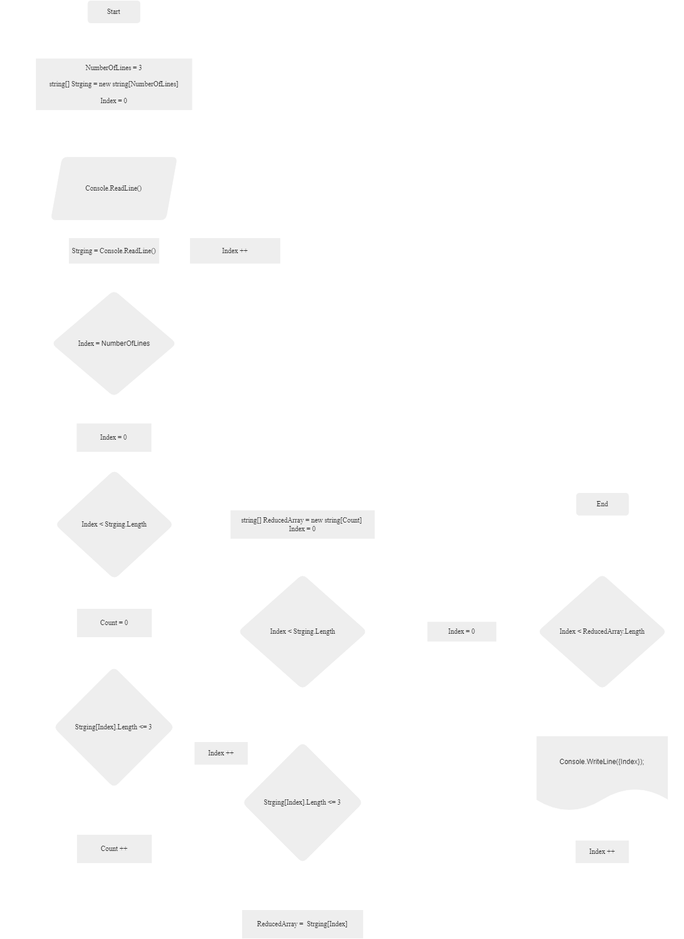
Alket-rus/Final-control-work-on-the-main-block keeps this draw.io diagram as Блок-схема.png. Above is the earlier version. Source tidied: cells renumbered, new cells last; positions are measured from the earlier drawing's top-left corner, leaving out a move shared by most shapes.
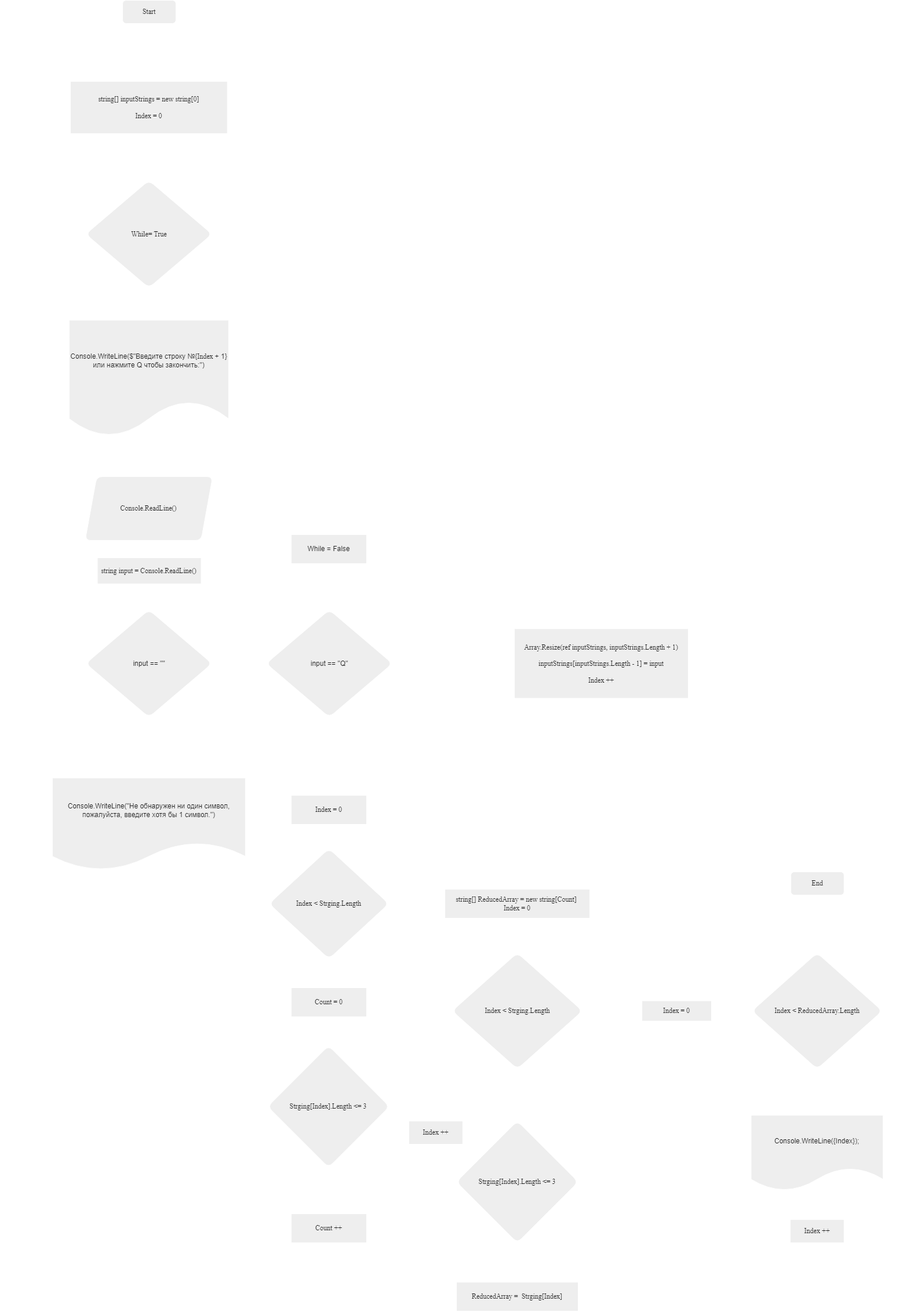
The same diagram one commit later.

Commit message:
Изменил блок-схему, чтобы та соответствовала новой логике

The edit, as a diff of the source:
```diff
@@ -2,23 +2,23 @@
   <root>
     <mxCell id="0" />
     <mxCell id="1" parent="0" />
-    <mxCell id="2" style="edgeStyle=orthogonalEdgeStyle;rounded=0;jettySize=auto;html=1;entryX=0.5;entryY=0;entryDx=0;entryDy=0;strokeColor=#FFFFFF;fontColor=#FFFFFF;" parent="1" edge="1" source="3" target="32">
+    <mxCell id="2" style="edgeStyle=orthogonalEdgeStyle;rounded=0;jettySize=auto;html=1;strokeColor=#FFFFFF;fontColor=#FFFFFF;" parent="1" edge="1" source="3" target="32">
       <mxGeometry relative="1" as="geometry" />
     </mxCell>
     <mxCell id="3" value="&lt;font face=&quot;Times New Roman&quot;&gt;Start&lt;/font&gt;&lt;font face=&quot;Times New Roman&quot;&gt;&lt;br&gt;&lt;/font&gt;" style="rounded=1;whiteSpace=wrap;html=1;labelBackgroundColor=none;fillColor=#EEEEEE;strokeColor=#FFFFFF;fontColor=#1A1A1A;" parent="1" vertex="1">
-      <mxGeometry x="143.4" width="91.9" height="40" as="geometry" />
+      <mxGeometry x="-165.9" y="-654" width="91.9" height="40" as="geometry" />
     </mxCell>
-    <mxCell id="4" style="edgeStyle=orthogonalEdgeStyle;rounded=0;jettySize=auto;html=1;entryX=0.5;entryY=0;entryDx=0;entryDy=0;labelBackgroundColor=none;strokeColor=#FFFFFF;fontColor=default;" parent="1" edge="1" source="6" target="17">
-      <mxGeometry relative="1" as="geometry" />
-    </mxCell>
-    <mxCell id="5" style="edgeStyle=orthogonalEdgeStyle;rounded=0;jettySize=auto;html=1;entryX=0.5;entryY=1;entryDx=0;entryDy=0;strokeColor=#FFFFFF;fontColor=#FFFFFF;" parent="1" edge="1" source="6" target="34">
-      <mxGeometry relative="1" as="geometry" />
-    </mxCell>
+    <mxCell id="61" style="edgeStyle=orthogonalEdgeStyle;rounded=0;jettySize=auto;html=1;entryX=0;entryY=0.5;entryDx=0;entryDy=0;strokeColor=#FFFFFF;fontColor=#FFFFFF;" parent="1" edge="1" source="6" target="71">
+      <mxGeometry relative="1" as="geometry" />
+    </mxCell>
+    <mxCell id="62" style="edgeStyle=orthogonalEdgeStyle;rounded=0;jettySize=auto;html=1;entryX=0.5;entryY=0;entryDx=0;entryDy=0;strokeColor=#FFFFFF;fontColor=#FFFFFF;" parent="1" edge="1" source="6" target="73">
+      <mxGeometry relative="1" as="geometry" />
+    </mxCell>
-    <mxCell id="6" value="&lt;font style=&quot;border-color: var(--border-color); font-family: &amp;quot;Times New Roman&amp;quot;;&quot;&gt;Index&amp;nbsp;&lt;/font&gt;&lt;font face=&quot;Times New Roman&quot;&gt;=&amp;nbsp;&lt;/font&gt;NumberOfLines" style="rhombus;whiteSpace=wrap;html=1;rounded=1;labelBackgroundColor=none;fillColor=#EEEEEE;strokeColor=#FFFFFF;fontColor=#1A1A1A;" parent="1" vertex="1">
-      <mxGeometry x="80.6" y="500" width="217.5" height="185" as="geometry" />
+    <mxCell id="6" value="input == &quot;&quot;" style="rhombus;whiteSpace=wrap;html=1;rounded=1;labelBackgroundColor=none;fillColor=#EEEEEE;strokeColor=#FFFFFF;fontColor=#1A1A1A;" parent="1" vertex="1">
+      <mxGeometry x="-229.4" y="398" width="217.5" height="185" as="geometry" />
     </mxCell>
     <mxCell id="7" value="Нет" style="text;html=1;align=center;verticalAlign=middle;whiteSpace=wrap;rounded=0;fontFamily=Times New Roman;fillColor=none;fontColor=#FFFFFF;labelBackgroundColor=none;" parent="1" vertex="1">
-      <mxGeometry x="320" y="560" width="60" height="30" as="geometry" />
+      <mxGeometry x="359.4" y="458" width="60" height="30" as="geometry" />
     </mxCell>
     <mxCell id="8" style="edgeStyle=orthogonalEdgeStyle;rounded=0;jettySize=auto;html=1;entryX=0;entryY=0.5;entryDx=0;entryDy=0;strokeColor=#FFFFFF;fontColor=#FFFFFF;" parent="1" edge="1" source="9" target="21">
       <mxGeometry relative="1" as="geometry">
@@ -32,13 +32,13 @@
       <mxGeometry x="125" y="1440" width="130" height="50" as="geometry" />
     </mxCell>
     <mxCell id="10" value="Да" style="text;html=1;align=center;verticalAlign=middle;whiteSpace=wrap;rounded=0;fontFamily=Times New Roman;fillColor=none;fontColor=#FFFFFF;labelBackgroundColor=none;" parent="1" vertex="1">
-      <mxGeometry x="175.3" y="685" width="60" height="30" as="geometry" />
+      <mxGeometry x="-120" y="618" width="60" height="30" as="geometry" />
     </mxCell>
     <mxCell id="11" style="edgeStyle=orthogonalEdgeStyle;rounded=0;jettySize=auto;html=1;strokeColor=#FFFFFF;fontColor=#FFFFFF;" parent="1" edge="1" source="12" target="30">
       <mxGeometry relative="1" as="geometry" />
     </mxCell>
     <mxCell id="12" value="&lt;font face=&quot;Times New Roman&quot;&gt;Console.ReadLine()&lt;/font&gt;" style="shape=parallelogram;perimeter=parallelogramPerimeter;whiteSpace=wrap;html=1;fixedSize=1;fillColor=#EEEEEE;strokeColor=#FFFFFF;fontColor=#1A1A1A;rounded=1;labelBackgroundColor=none;" parent="1" vertex="1">
-      <mxGeometry x="79.4" y="270" width="220" height="110" as="geometry" />
+      <mxGeometry x="-230.6" y="168" width="220" height="110" as="geometry" />
     </mxCell>
     <mxCell id="13" style="edgeStyle=orthogonalEdgeStyle;rounded=0;jettySize=auto;html=1;strokeColor=#FFFFFF;fontColor=default;labelBackgroundColor=none;" parent="1" edge="1" source="15" target="9">
       <mxGeometry relative="1" as="geometry" />
@@ -54,12 +54,6 @@
     <mxCell id="15" value="&lt;font face=&quot;Times New Roman&quot;&gt;Strging[Index].Length &amp;lt;= 3&lt;/font&gt;" style="rhombus;whiteSpace=wrap;html=1;rounded=1;labelBackgroundColor=none;fillColor=#EEEEEE;strokeColor=#FFFFFF;fontColor=#1A1A1A;" parent="1" vertex="1">
       <mxGeometry x="84.4" y="1150" width="210" height="210" as="geometry" />
     </mxCell>
-    <mxCell id="16" style="edgeStyle=orthogonalEdgeStyle;rounded=0;jettySize=auto;html=1;strokeColor=#FFFFFF;fontColor=#FFFFFF;" parent="1" edge="1" source="17" target="21">
-      <mxGeometry relative="1" as="geometry" />
-    </mxCell>
-    <mxCell id="17" value="&lt;font face=&quot;Times New Roman&quot;&gt;Index = 0&lt;/font&gt;" style="rounded=0;whiteSpace=wrap;html=1;fillColor=#EEEEEE;strokeColor=#FFFFFF;labelBackgroundColor=none;fontColor=#1A1A1A;" parent="1" vertex="1">
-      <mxGeometry x="124.4" y="730" width="130" height="50" as="geometry" />
-    </mxCell>
     <mxCell id="18" value="Да" style="text;html=1;align=center;verticalAlign=middle;whiteSpace=wrap;rounded=0;fontFamily=Times New Roman;fillColor=none;fontColor=#FFFFFF;labelBackgroundColor=none;" parent="1" vertex="1">
       <mxGeometry x="170" y="1370" width="60" height="30" as="geometry" />
     </mxCell>
@@ -96,24 +90,24 @@
     <mxCell id="29" style="edgeStyle=orthogonalEdgeStyle;rounded=0;jettySize=auto;html=1;entryX=0.5;entryY=0;entryDx=0;entryDy=0;strokeColor=#FFFFFF;fontColor=#FFFFFF;" parent="1" edge="1" source="30" target="6">
       <mxGeometry relative="1" as="geometry" />
     </mxCell>
-    <mxCell id="30" value="&lt;font face=&quot;Times New Roman&quot;&gt;Strging =&amp;nbsp;Console.ReadLine()&lt;/font&gt;" style="rounded=0;whiteSpace=wrap;html=1;fillColor=#EEEEEE;strokeColor=#FFFFFF;labelBackgroundColor=none;fontColor=#1A1A1A;" parent="1" vertex="1">
-      <mxGeometry x="111" y="410" width="156.9" height="45" as="geometry" />
+    <mxCell id="30" value="&lt;font face=&quot;Times New Roman&quot;&gt;string input = Console.ReadLine()&lt;/font&gt;" style="rounded=0;whiteSpace=wrap;html=1;fillColor=#EEEEEE;strokeColor=#FFFFFF;labelBackgroundColor=none;fontColor=#1A1A1A;" parent="1" vertex="1">
+      <mxGeometry x="-209.5" y="308" width="179" height="45" as="geometry" />
     </mxCell>
-    <mxCell id="31" style="edgeStyle=orthogonalEdgeStyle;rounded=0;jettySize=auto;html=1;strokeColor=#FFFFFF;fontColor=#FFFFFF;" parent="1" edge="1" source="32" target="12">
-      <mxGeometry relative="1" as="geometry" />
-    </mxCell>
+    <mxCell id="63" style="edgeStyle=orthogonalEdgeStyle;rounded=0;jettySize=auto;html=1;entryX=0.5;entryY=0;entryDx=0;entryDy=0;strokeColor=#FFFFFF;fontColor=#FFFFFF;" parent="1" edge="1" source="32" target="66">
+      <mxGeometry relative="1" as="geometry" />
+    </mxCell>
-    <mxCell id="32" value="&lt;font face=&quot;Times New Roman&quot;&gt;NumberOfLines =&lt;font style=&quot;border-color: var(--border-color);&quot;&gt;&amp;nbsp;3&lt;br style=&quot;border-color: var(--border-color);&quot;&gt;&lt;br style=&quot;border-color: var(--border-color);&quot;&gt;&lt;/font&gt;string[] Strging = new string[NumberOfLines]&lt;br style=&quot;border-color: var(--border-color);&quot;&gt;&lt;font style=&quot;border-color: var(--border-color);&quot;&gt;&lt;br style=&quot;border-color: var(--border-color);&quot;&gt;Index&amp;nbsp;&lt;/font&gt;&lt;font style=&quot;border-color: var(--border-color);&quot;&gt;= 0&lt;/font&gt;&lt;/font&gt;" style="rounded=0;whiteSpace=wrap;html=1;fillColor=#EEEEEE;strokeColor=#FFFFFF;labelBackgroundColor=none;fontColor=#1A1A1A;" parent="1" vertex="1">
-      <mxGeometry x="54.1" y="100" width="270.6" height="90" as="geometry" />
+    <mxCell id="32" value="&lt;font face=&quot;Times New Roman&quot;&gt;&lt;font style=&quot;border-color: var(--border-color);&quot;&gt;string[] inputStrings = new string[0]&lt;br&gt;&lt;br style=&quot;border-color: var(--border-color);&quot;&gt;Index&amp;nbsp;&lt;/font&gt;&lt;font style=&quot;border-color: var(--border-color);&quot;&gt;= 0&lt;/font&gt;&lt;/font&gt;" style="rounded=0;whiteSpace=wrap;html=1;fillColor=#EEEEEE;strokeColor=#FFFFFF;labelBackgroundColor=none;fontColor=#1A1A1A;" parent="1" vertex="1">
+      <mxGeometry x="-255.9" y="-514" width="270.6" height="90" as="geometry" />
     </mxCell>
-    <mxCell id="33" style="edgeStyle=orthogonalEdgeStyle;rounded=0;jettySize=auto;html=1;strokeColor=#FFFFFF;fontColor=#FFFFFF;entryX=1;entryY=0.5;entryDx=0;entryDy=0;" parent="1" edge="1" source="34" target="12">
+    <mxCell id="33" style="edgeStyle=orthogonalEdgeStyle;rounded=0;jettySize=auto;html=1;entryX=1;entryY=0.5;entryDx=0;entryDy=0;strokeColor=#FFFFFF;fontColor=#FFFFFF;" parent="1" edge="1" source="34" target="12">
       <mxGeometry relative="1" as="geometry">
         <Array as="points">
-          <mxPoint x="400" y="325" />
+          <mxPoint x="660" y="223" />
         </Array>
       </mxGeometry>
     </mxCell>
-    <mxCell id="34" value="&lt;font face=&quot;Times New Roman&quot;&gt;&lt;font style=&quot;border-color: var(--border-color);&quot;&gt;Index&amp;nbsp;&lt;/font&gt;&lt;font style=&quot;border-color: var(--border-color);&quot;&gt;++&lt;/font&gt;&lt;/font&gt;" style="rounded=0;whiteSpace=wrap;html=1;fillColor=#EEEEEE;strokeColor=#FFFFFF;labelBackgroundColor=none;fontColor=#1A1A1A;" parent="1" vertex="1">
-      <mxGeometry x="320" y="410" width="156.9" height="45" as="geometry" />
+    <mxCell id="34" value="&lt;font face=&quot;Times New Roman&quot;&gt;&lt;font style=&quot;border-color: var(--border-color);&quot;&gt;Array.Resize(ref inputStrings, inputStrings.Length + 1)&lt;br&gt;&lt;br&gt;inputStrings[inputStrings.Length - 1] = input&lt;br&gt;&lt;br&gt;Index&amp;nbsp;&lt;/font&gt;&lt;font style=&quot;border-color: var(--border-color);&quot;&gt;++&lt;/font&gt;&lt;/font&gt;" style="rounded=0;whiteSpace=wrap;html=1;fillColor=#EEEEEE;strokeColor=#FFFFFF;labelBackgroundColor=none;fontColor=#1A1A1A;" parent="1" vertex="1">
+      <mxGeometry x="510" y="430.5" width="300" height="120" as="geometry" />
     </mxCell>
     <mxCell id="35" style="edgeStyle=orthogonalEdgeStyle;rounded=0;jettySize=auto;html=1;strokeColor=#FFFFFF;fontColor=#FFFFFF;" parent="1" edge="1" source="37" target="40">
       <mxGeometry relative="1" as="geometry" />
@@ -124,7 +118,7 @@
     <mxCell id="37" value="&lt;font face=&quot;Times New Roman&quot;&gt;Index &amp;lt;&amp;nbsp;Strging.Length&lt;/font&gt;" style="rhombus;whiteSpace=wrap;html=1;rounded=1;labelBackgroundColor=none;fillColor=#EEEEEE;strokeColor=#FFFFFF;fontColor=#1A1A1A;" parent="1" vertex="1">
       <mxGeometry x="402.7" y="990" width="224.5" height="200" as="geometry" />
     </mxCell>
-    <mxCell id="38" style="edgeStyle=orthogonalEdgeStyle;rounded=0;jettySize=auto;html=1;strokeColor=#FFFFFF;fontColor=#FFFFFF;" parent="1" edge="1" source="40" target="43">
+    <mxCell id="38" style="edgeStyle=orthogonalEdgeStyle;rounded=0;jettySize=auto;html=1;strokeColor=#FFFFFF;fontColor=#FFFFFF;entryX=0.5;entryY=0;entryDx=0;entryDy=0;" parent="1" edge="1" source="40" target="43">
       <mxGeometry relative="1" as="geometry" />
     </mxCell>
     <mxCell id="39" style="edgeStyle=orthogonalEdgeStyle;rounded=0;jettySize=auto;html=1;entryX=0.5;entryY=1;entryDx=0;entryDy=0;strokeColor=#FFFFFF;fontColor=#FFFFFF;" parent="1" edge="1" source="40" target="47">
@@ -144,12 +138,12 @@
     <mxCell id="42" style="edgeStyle=orthogonalEdgeStyle;rounded=0;jettySize=auto;html=1;entryX=0.25;entryY=1;entryDx=0;entryDy=0;strokeColor=#FFFFFF;fontColor=#FFFFFF;" parent="1" edge="1" source="43" target="47">
       <mxGeometry relative="1" as="geometry">
         <Array as="points">
-          <mxPoint x="351" y="1590" />
+          <mxPoint x="351" y="1588" />
         </Array>
       </mxGeometry>
     </mxCell>
     <mxCell id="43" value="&lt;font face=&quot;Times New Roman&quot;&gt;ReducedArray =&amp;nbsp;&amp;nbsp;Strging[Index]&lt;/font&gt;&lt;font face=&quot;Times New Roman&quot;&gt;&lt;br&gt;&lt;/font&gt;" style="rounded=0;whiteSpace=wrap;html=1;fillColor=#EEEEEE;strokeColor=#FFFFFF;labelBackgroundColor=none;fontColor=#1A1A1A;" parent="1" vertex="1">
-      <mxGeometry x="410" y="1570" width="210" height="50" as="geometry" />
+      <mxGeometry x="410" y="1558" width="210" height="50" as="geometry" />
     </mxCell>
     <mxCell id="44" value="Да" style="text;html=1;align=center;verticalAlign=middle;whiteSpace=wrap;rounded=0;fontFamily=Times New Roman;fillColor=none;fontColor=#FFFFFF;labelBackgroundColor=none;" parent="1" vertex="1">
       <mxGeometry x="510" y="1510" width="60" height="30" as="geometry" />
@@ -201,11 +195,81 @@
     <mxCell id="58" value="&lt;font face=&quot;Times New Roman&quot;&gt;Index ++&lt;/font&gt;" style="rounded=0;whiteSpace=wrap;html=1;fillColor=#EEEEEE;strokeColor=#FFFFFF;labelBackgroundColor=none;fontColor=#1A1A1A;" parent="1" vertex="1">
       <mxGeometry x="985.8" y="1450" width="93" height="40" as="geometry" />
     </mxCell>
-    <mxCell id="59" value="&lt;font&gt;End&lt;br&gt;&lt;/font&gt;" style="rounded=1;whiteSpace=wrap;html=1;labelBackgroundColor=none;fillColor=#EEEEEE;strokeColor=#FFFFFF;fontColor=#1A1A1A;fontFamily=Times New Roman;" parent="1" vertex="1">
+    <mxCell id="59" value="&lt;font face=&quot;Times New Roman&quot;&gt;End&lt;br&gt;&lt;/font&gt;" style="rounded=1;whiteSpace=wrap;html=1;labelBackgroundColor=none;fillColor=#EEEEEE;strokeColor=#FFFFFF;fontColor=#1A1A1A;" parent="1" vertex="1">
       <mxGeometry x="986.9" y="850" width="91.9" height="40" as="geometry" />
     </mxCell>
     <mxCell id="60" value="Да" style="text;html=1;align=center;verticalAlign=middle;whiteSpace=wrap;rounded=0;fontFamily=Times New Roman;fillColor=none;fontColor=#FFFFFF;labelBackgroundColor=none;" parent="1" vertex="1">
       <mxGeometry x="1030" y="930" width="60" height="30" as="geometry" />
     </mxCell>
+    <mxCell id="64" style="edgeStyle=orthogonalEdgeStyle;rounded=0;jettySize=auto;html=1;entryX=0.5;entryY=0;entryDx=0;entryDy=0;strokeColor=#FFFFFF;fontColor=#FFFFFF;exitX=1;exitY=0;exitDx=0;exitDy=0;" parent="1" edge="1" source="66" target="17">
+      <mxGeometry relative="1" as="geometry">
+        <Array as="points">
+          <mxPoint x="-66" y="-322" />
+          <mxPoint x="850" y="-322" />
+          <mxPoint x="850" y="648" />
+          <mxPoint x="190" y="648" />
+        </Array>
+      </mxGeometry>
+    </mxCell>
+    <mxCell id="65" style="edgeStyle=orthogonalEdgeStyle;rounded=0;jettySize=auto;html=1;strokeColor=#FFFFFF;fontColor=#FFFFFF;" parent="1" edge="1" source="66" target="79">
+      <mxGeometry relative="1" as="geometry" />
+    </mxCell>
+    <mxCell id="66" value="&lt;font face=&quot;Times New Roman&quot;&gt;While= True&lt;/font&gt;" style="rhombus;whiteSpace=wrap;html=1;rounded=1;labelBackgroundColor=none;fillColor=#EEEEEE;strokeColor=#FFFFFF;fontColor=#1A1A1A;" parent="1" vertex="1">
+      <mxGeometry x="-229.4" y="-343" width="217.5" height="185" as="geometry" />
+    </mxCell>
+    <mxCell id="67" value="Нет" style="text;html=1;align=center;verticalAlign=middle;whiteSpace=wrap;rounded=0;fontFamily=Times New Roman;fillColor=none;fontColor=#FFFFFF;labelBackgroundColor=none;" parent="1" vertex="1">
+      <mxGeometry x="430" y="-352" width="60" height="30" as="geometry" />
+    </mxCell>
+    <mxCell id="68" value="Да" style="text;html=1;align=center;verticalAlign=middle;whiteSpace=wrap;rounded=0;fontFamily=Times New Roman;fillColor=none;fontColor=#FFFFFF;labelBackgroundColor=none;" parent="1" vertex="1">
+      <mxGeometry x="-120" y="-158" width="60" height="30" as="geometry" />
+    </mxCell>
+    <mxCell id="69" style="edgeStyle=orthogonalEdgeStyle;rounded=0;jettySize=auto;html=1;entryX=0;entryY=0.5;entryDx=0;entryDy=0;strokeColor=#FFFFFF;fontColor=#FFFFFF;" parent="1" edge="1" source="71" target="34">
+      <mxGeometry relative="1" as="geometry" />
+    </mxCell>
+    <mxCell id="70" style="edgeStyle=orthogonalEdgeStyle;rounded=0;jettySize=auto;html=1;strokeColor=#FFFFFF;fontColor=#FFFFFF;" parent="1" edge="1" source="71" target="76">
+      <mxGeometry relative="1" as="geometry" />
+    </mxCell>
+    <mxCell id="71" value="input == &quot;Q&quot;" style="rhombus;whiteSpace=wrap;html=1;rounded=1;labelBackgroundColor=none;fillColor=#EEEEEE;strokeColor=#FFFFFF;fontColor=#1A1A1A;" parent="1" vertex="1">
+      <mxGeometry x="81.9" y="398" width="217.5" height="185" as="geometry" />
+    </mxCell>
+    <mxCell id="16" style="edgeStyle=orthogonalEdgeStyle;rounded=0;jettySize=auto;html=1;entryX=0.5;entryY=0;entryDx=0;entryDy=0;strokeColor=#FFFFFF;fontColor=#FFFFFF;" parent="1" edge="1" source="17" target="21">
+      <mxGeometry relative="1" as="geometry" />
+    </mxCell>
+    <mxCell id="17" value="&lt;font face=&quot;Times New Roman&quot;&gt;Index = 0&lt;/font&gt;" style="rounded=0;whiteSpace=wrap;html=1;fillColor=#EEEEEE;strokeColor=#FFFFFF;labelBackgroundColor=none;fontColor=#1A1A1A;" parent="1" vertex="1">
+      <mxGeometry x="125" y="718" width="130" height="50" as="geometry" />
+    </mxCell>
+    <mxCell id="72" style="edgeStyle=orthogonalEdgeStyle;rounded=0;jettySize=auto;html=1;entryX=0;entryY=0.5;entryDx=0;entryDy=0;strokeColor=#FFFFFF;fontColor=#FFFFFF;" parent="1" edge="1" source="73" target="12">
+      <mxGeometry relative="1" as="geometry">
+        <Array as="points">
+          <mxPoint x="-370" y="768" />
+          <mxPoint x="-370" y="223" />
+        </Array>
+      </mxGeometry>
+    </mxCell>
+    <mxCell id="73" value="Console.WriteLine(&quot;Не обнаружен ни один символ, пожалуйста, введите хотя бы 1 символ.&quot;)" style="shape=document;whiteSpace=wrap;html=1;boundedLbl=1;fillColor=#EEEEEE;strokeColor=#FFFFFF;fontColor=#1A1A1A;rounded=1;labelBackgroundColor=none;" parent="1" vertex="1">
+      <mxGeometry x="-287.1" y="688" width="333" height="159" as="geometry" />
+    </mxCell>
+    <mxCell id="74" value="Да" style="text;html=1;align=center;verticalAlign=middle;whiteSpace=wrap;rounded=0;fontFamily=Times New Roman;fillColor=none;fontColor=#FFFFFF;labelBackgroundColor=none;" parent="1" vertex="1">
+      <mxGeometry x="190" y="348" width="60" height="30" as="geometry" />
+    </mxCell>
+    <mxCell id="75" style="edgeStyle=orthogonalEdgeStyle;rounded=0;jettySize=auto;html=1;entryX=1;entryY=0.5;entryDx=0;entryDy=0;strokeColor=#FFFFFF;fontColor=#FFFFFF;" parent="1" edge="1" source="76" target="66">
+      <mxGeometry relative="1" as="geometry">
+        <Array as="points">
+          <mxPoint x="190" y="-250" />
+        </Array>
+      </mxGeometry>
+    </mxCell>
+    <mxCell id="76" value="While = False" style="rounded=0;whiteSpace=wrap;html=1;fillColor=#EEEEEE;strokeColor=#FFFFFF;labelBackgroundColor=none;fontColor=#1A1A1A;" parent="1" vertex="1">
+      <mxGeometry x="125" y="268" width="130" height="50" as="geometry" />
+    </mxCell>
+    <mxCell id="77" value="Нет" style="text;html=1;align=center;verticalAlign=middle;whiteSpace=wrap;rounded=0;fontFamily=Times New Roman;fillColor=none;fontColor=#FFFFFF;labelBackgroundColor=none;" parent="1" vertex="1">
+      <mxGeometry y="458" width="60" height="30" as="geometry" />
+    </mxCell>
+    <mxCell id="78" style="edgeStyle=orthogonalEdgeStyle;rounded=0;jettySize=auto;html=1;strokeColor=#FFFFFF;fontColor=#FFFFFF;" parent="1" edge="1" source="79" target="12">
+      <mxGeometry relative="1" as="geometry" />
+    </mxCell>
+    <mxCell id="79" value="Console.WriteLine($&quot;Введите строку №{&lt;font face=&quot;Times New Roman&quot;&gt;Index&amp;nbsp;&lt;/font&gt;+ 1} или нажмите Q чтобы закончить:&quot;)" style="shape=document;whiteSpace=wrap;html=1;boundedLbl=1;fillColor=#EEEEEE;strokeColor=#FFFFFF;fontColor=#1A1A1A;rounded=1;labelBackgroundColor=none;" parent="1" vertex="1">
+      <mxGeometry x="-258.1" y="-102" width="275" height="200" as="geometry" />
+    </mxCell>
   </root>
 </mxGraphModel>
```
